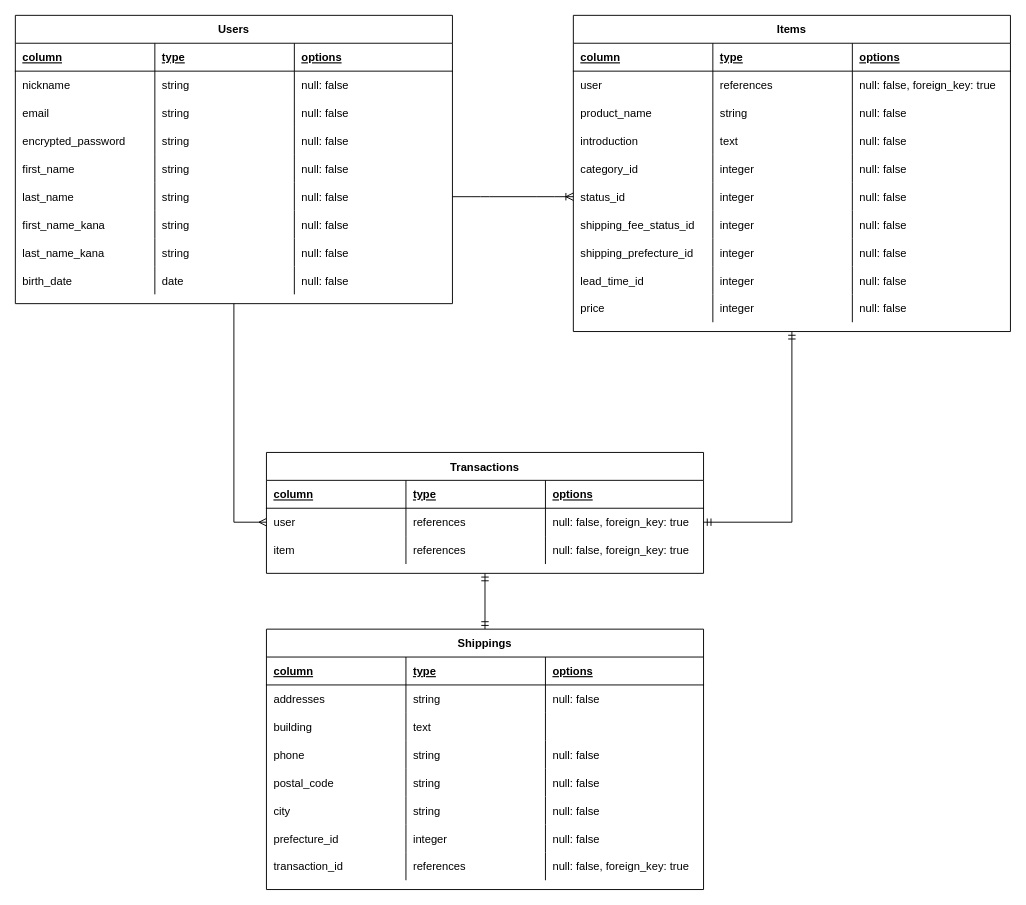
The draw.io diagram ER.drawio in mzw86020424/furima-32049, before the edit. Source tidied: cells renumbered, new cells numbered last; positions are measured from the earlier drawing's top-left corner, leaving out a move shared by most shapes. Both pictures are drawn from the tidied source at 93%, with x=0, y=0 at pixel (15, 15).
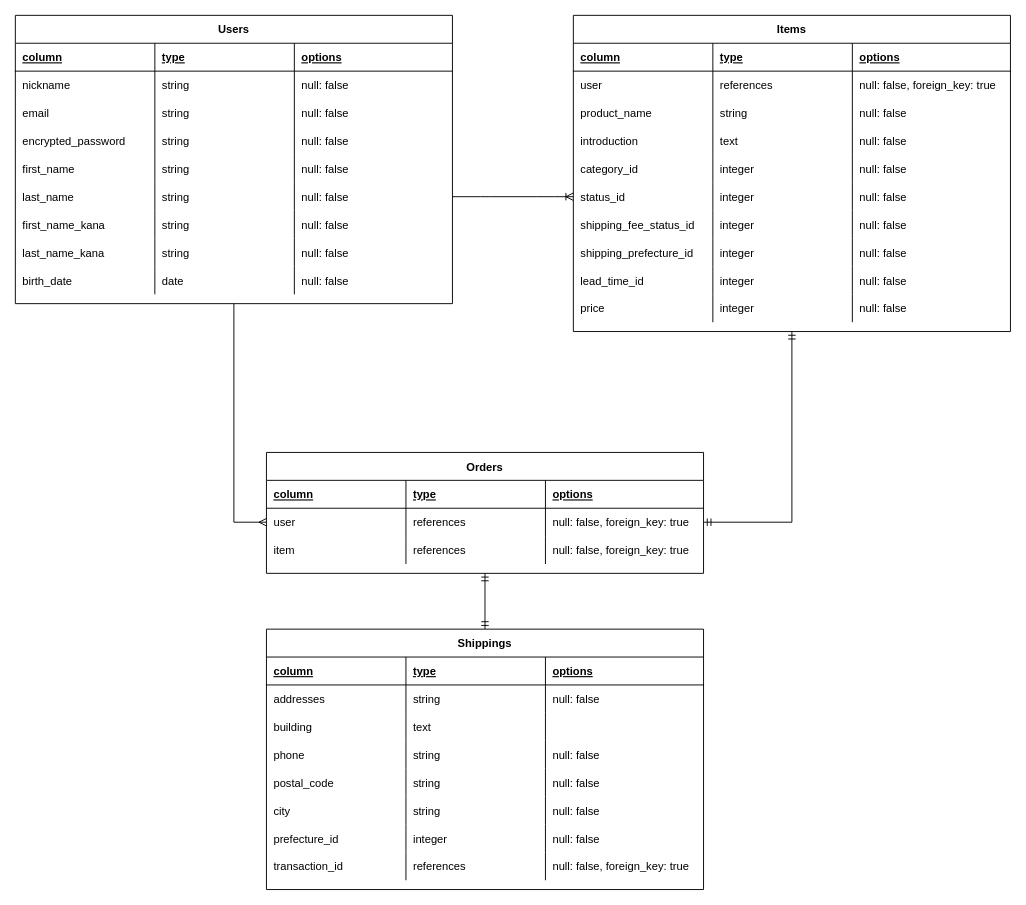
The same diagram, later.

What changed in the source:
```diff
@@
-    <mxCell id="3" value="Transactions" style="shape=table;startSize=30;childLayout=tableLayout;rowLines=0;fontStyle=1;align=center;" parent="1" vertex="1">
+    <mxCell id="3" value="Orders" style="shape=table;startSize=30;childLayout=tableLayout;rowLines=0;fontStyle=1;align=center;" parent="1" vertex="1">
       <mxGeometry x="270" y="470" width="470" height="130" as="geometry" />
     </mxCell>
```
